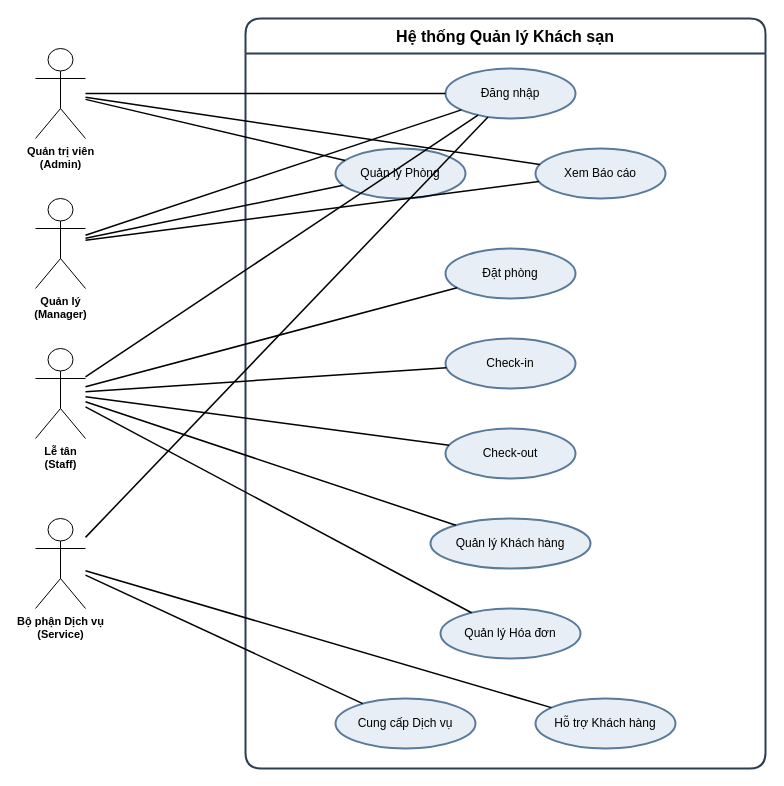
IvanLyVodka11/hotel-management keeps this draw.io diagram as docs/diagrams/UseCaseTongQuan.drawio. Above is the earlier version. Source tidied: cells renumbered, new cells numbered last; positions are measured from the earlier drawing's top-left corner, leaving out a move shared by most shapes. Both pictures are drawn from the tidied source at 100%, with x=0, y=0 at pixel (35, 18).
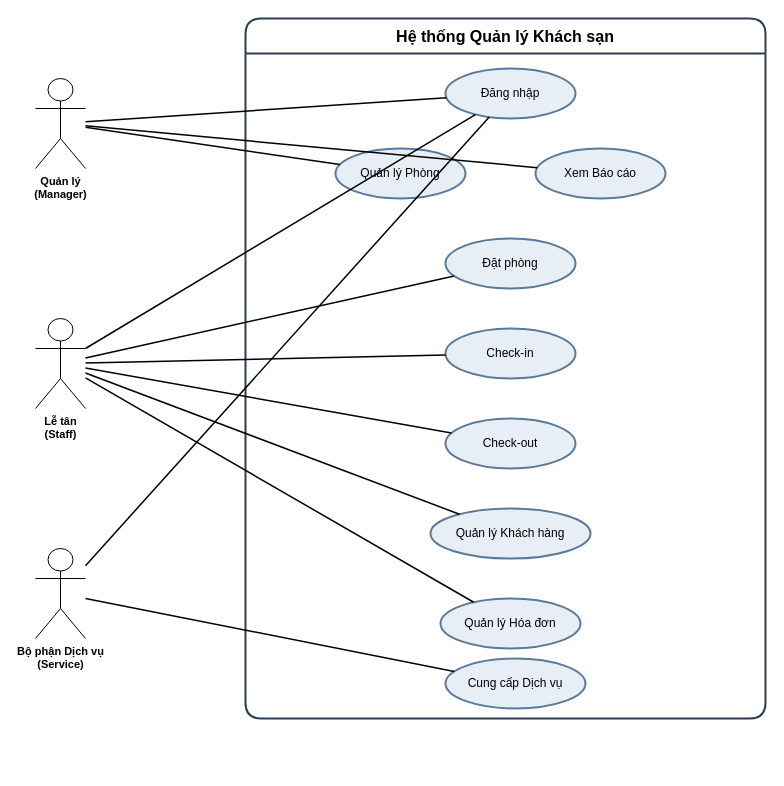
Above is the later version.

Commit message (it also covers changes not shown here):
fix(diagrams): Bỏ Actor Admin - chỉ còn 3 Actor nghiệp vụ Manager, Staff, Service

The change refers to these unchanged cells:
```xml
<mxCell id="3" value="Đăng nhập" style="ellipse;whiteSpace=wrap;html=1;fillColor=#e8eef5;strokeColor=#5a7a9a;strokeWidth=2;fontSize=12;" parent="2" vertex="1">
  <mxGeometry x="200" y="50" width="130" height="50" as="geometry" />
</mxCell>
<mxCell id="4" value="Quản lý Phòng" style="ellipse;whiteSpace=wrap;html=1;fillColor=#e8eef5;strokeColor=#5a7a9a;strokeWidth=2;fontSize=12;" parent="2" vertex="1">
  <mxGeometry x="90" y="130" width="130" height="50" as="geometry" />
</mxCell>
<mxCell id="5" value="Xem Báo cáo" style="ellipse;whiteSpace=wrap;html=1;fillColor=#e8eef5;strokeColor=#5a7a9a;strokeWidth=2;fontSize=12;" parent="2" vertex="1">
  <mxGeometry x="290" y="130" width="130" height="50" as="geometry" />
</mxCell>
```

What changed in the source:
```diff
@@
     <mxCell id="2" value="Hệ thống Quản lý Khách sạn" style="swimlane;whiteSpace=wrap;html=1;startSize=35;fillColor=none;strokeColor=#2c3e50;strokeWidth=2;fontSize=16;fontStyle=1;rounded=1;" parent="1" vertex="1">
-      <mxGeometry x="210" width="520" height="750" as="geometry" />
+      <mxGeometry x="210" width="520" height="700" as="geometry" />
     </mxCell>
@@
     <mxCell id="6" value="Đặt phòng" style="ellipse;whiteSpace=wrap;html=1;fillColor=#e8eef5;strokeColor=#5a7a9a;strokeWidth=2;fontSize=12;" parent="2" vertex="1">
-      <mxGeometry x="200" y="230" width="130" height="50" as="geometry" />
+      <mxGeometry x="200" y="220" width="130" height="50" as="geometry" />
     </mxCell>
     <mxCell id="7" value="Check-in" style="ellipse;whiteSpace=wrap;html=1;fillColor=#e8eef5;strokeColor=#5a7a9a;strokeWidth=2;fontSize=12;" parent="2" vertex="1">
-      <mxGeometry x="200" y="320" width="130" height="50" as="geometry" />
+      <mxGeometry x="200" y="310" width="130" height="50" as="geometry" />
     </mxCell>
     <mxCell id="8" value="Check-out" style="ellipse;whiteSpace=wrap;html=1;fillColor=#e8eef5;strokeColor=#5a7a9a;strokeWidth=2;fontSize=12;" parent="2" vertex="1">
-      <mxGeometry x="200" y="410" width="130" height="50" as="geometry" />
+      <mxGeometry x="200" y="400" width="130" height="50" as="geometry" />
     </mxCell>
     <mxCell id="9" value="Quản lý Khách hàng" style="ellipse;whiteSpace=wrap;html=1;fillColor=#e8eef5;strokeColor=#5a7a9a;strokeWidth=2;fontSize=12;" parent="2" vertex="1">
-      <mxGeometry x="185" y="500" width="160" height="50" as="geometry" />
+      <mxGeometry x="185" y="490" width="160" height="50" as="geometry" />
     </mxCell>
     <mxCell id="10" value="Quản lý Hóa đơn" style="ellipse;whiteSpace=wrap;html=1;fillColor=#e8eef5;strokeColor=#5a7a9a;strokeWidth=2;fontSize=12;" parent="2" vertex="1">
-      <mxGeometry x="195" y="590" width="140" height="50" as="geometry" />
+      <mxGeometry x="195" y="580" width="140" height="50" as="geometry" />
     </mxCell>
     <mxCell id="11" value="Cung cấp Dịch vụ" style="ellipse;whiteSpace=wrap;html=1;fillColor=#e8eef5;strokeColor=#5a7a9a;strokeWidth=2;fontSize=12;" parent="2" vertex="1">
-      <mxGeometry x="90" y="680" width="140" height="50" as="geometry" />
+      <mxGeometry x="200" y="640" width="140" height="50" as="geometry" />
     </mxCell>
-    <mxCell id="12" value="Hỗ trợ Khách hàng" style="ellipse;whiteSpace=wrap;html=1;fillColor=#e8eef5;strokeColor=#5a7a9a;strokeWidth=2;fontSize=12;" parent="2" vertex="1">
-      <mxGeometry x="290" y="680" width="140" height="50" as="geometry" />
-    </mxCell>
-    <mxCell id="13" value="Quản trị viên&#10;(Admin)" style="shape=umlActor;verticalLabelPosition=bottom;verticalAlign=top;html=1;outlineConnect=0;fontSize=11;fontStyle=1;" parent="1" vertex="1">
-      <mxGeometry y="30" width="50" height="90" as="geometry" />
+    <mxCell id="13" value="Quản lý&#10;(Manager)" style="shape=umlActor;verticalLabelPosition=bottom;verticalAlign=top;html=1;outlineConnect=0;fontSize=11;fontStyle=1;" parent="1" vertex="1">
+      <mxGeometry y="60" width="50" height="90" as="geometry" />
     </mxCell>
-    <mxCell id="14" value="Quản lý&#10;(Manager)" style="shape=umlActor;verticalLabelPosition=bottom;verticalAlign=top;html=1;outlineConnect=0;fontSize=11;fontStyle=1;" parent="1" vertex="1">
-      <mxGeometry y="180" width="50" height="90" as="geometry" />
+    <mxCell id="14" value="Lễ tân&#10;(Staff)" style="shape=umlActor;verticalLabelPosition=bottom;verticalAlign=top;html=1;outlineConnect=0;fontSize=11;fontStyle=1;" parent="1" vertex="1">
+      <mxGeometry y="300" width="50" height="90" as="geometry" />
     </mxCell>
-    <mxCell id="15" value="Lễ tân&#10;(Staff)" style="shape=umlActor;verticalLabelPosition=bottom;verticalAlign=top;html=1;outlineConnect=0;fontSize=11;fontStyle=1;" parent="1" vertex="1">
-      <mxGeometry y="330" width="50" height="90" as="geometry" />
+    <mxCell id="15" value="Bộ phận Dịch vụ&#10;(Service)" style="shape=umlActor;verticalLabelPosition=bottom;verticalAlign=top;html=1;outlineConnect=0;fontSize=11;fontStyle=1;" parent="1" vertex="1">
+      <mxGeometry y="530" width="50" height="90" as="geometry" />
     </mxCell>
-    <mxCell id="16" value="Bộ phận Dịch vụ&#10;(Service)" style="shape=umlActor;verticalLabelPosition=bottom;verticalAlign=top;html=1;outlineConnect=0;fontSize=11;fontStyle=1;" parent="1" vertex="1">
-      <mxGeometry y="500" width="50" height="90" as="geometry" />
-    </mxCell>
@@
-    <mxCell id="20" style="endArrow=none;html=1;strokeWidth=1.5;" parent="1" edge="1" source="16" target="3">
-      <mxGeometry relative="1" as="geometry" />
-    </mxCell>
@@
-    <mxCell id="23" style="endArrow=none;html=1;strokeWidth=1.5;" parent="1" edge="1" source="14" target="4">
+    <mxCell id="23" style="endArrow=none;html=1;strokeWidth=1.5;" parent="1" edge="1" source="14" target="6">
       <mxGeometry relative="1" as="geometry" />
     </mxCell>
-    <mxCell id="24" style="endArrow=none;html=1;strokeWidth=1.5;" parent="1" edge="1" source="14" target="5">
+    <mxCell id="24" style="endArrow=none;html=1;strokeWidth=1.5;" parent="1" edge="1" source="14" target="7">
       <mxGeometry relative="1" as="geometry" />
     </mxCell>
-    <mxCell id="25" style="endArrow=none;html=1;strokeWidth=1.5;" parent="1" edge="1" source="15" target="6">
+    <mxCell id="25" style="endArrow=none;html=1;strokeWidth=1.5;" parent="1" edge="1" source="14" target="8">
       <mxGeometry relative="1" as="geometry" />
     </mxCell>
-    <mxCell id="26" style="endArrow=none;html=1;strokeWidth=1.5;" parent="1" edge="1" source="15" target="7">
+    <mxCell id="26" style="endArrow=none;html=1;strokeWidth=1.5;" parent="1" edge="1" source="14" target="9">
       <mxGeometry relative="1" as="geometry" />
     </mxCell>
-    <mxCell id="27" style="endArrow=none;html=1;strokeWidth=1.5;" parent="1" edge="1" source="15" target="8">
+    <mxCell id="27" style="endArrow=none;html=1;strokeWidth=1.5;" parent="1" edge="1" source="14" target="10">
       <mxGeometry relative="1" as="geometry" />
     </mxCell>
-    <mxCell id="28" style="endArrow=none;html=1;strokeWidth=1.5;" parent="1" edge="1" source="15" target="9">
+    <mxCell id="28" style="endArrow=none;html=1;strokeWidth=1.5;" parent="1" edge="1" source="15" target="11">
       <mxGeometry relative="1" as="geometry" />
     </mxCell>
-    <mxCell id="29" style="endArrow=none;html=1;strokeWidth=1.5;" parent="1" edge="1" source="15" target="10">
-      <mxGeometry relative="1" as="geometry" />
-    </mxCell>
-    <mxCell id="30" style="endArrow=none;html=1;strokeWidth=1.5;" parent="1" edge="1" source="16" target="11">
-      <mxGeometry relative="1" as="geometry" />
-    </mxCell>
-    <mxCell id="31" style="endArrow=none;html=1;strokeWidth=1.5;" parent="1" edge="1" source="16" target="12">
-      <mxGeometry relative="1" as="geometry" />
-    </mxCell>
```
